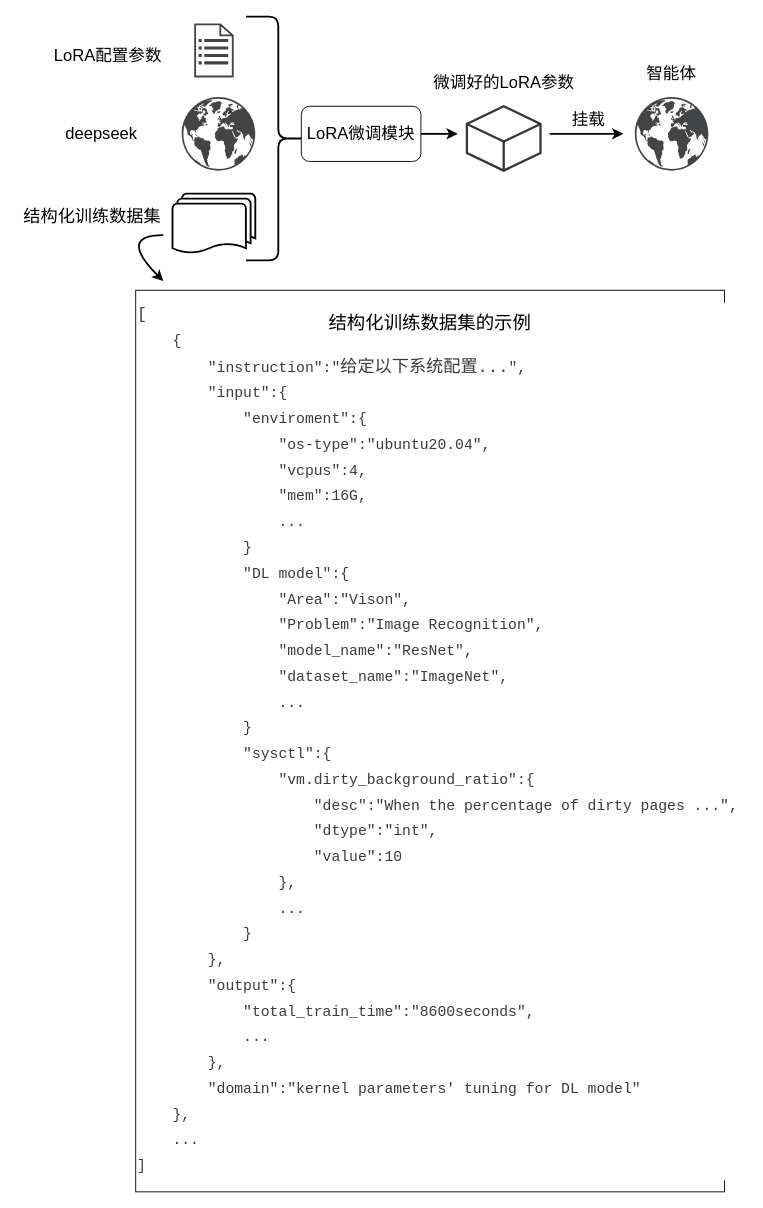
Earlier version of the draw.io diagram page "第 4 页" (4 of 7) of Agent-1.drawio (Dong-J93/_pictures). Source tidied: cells renumbered, new cells numbered last; positions are measured from the earlier drawing's top-left corner, leaving out a move shared by most shapes. Both pictures are drawn from the tidied source at 92%, with x=0, y=0 at pixel (16, 16).
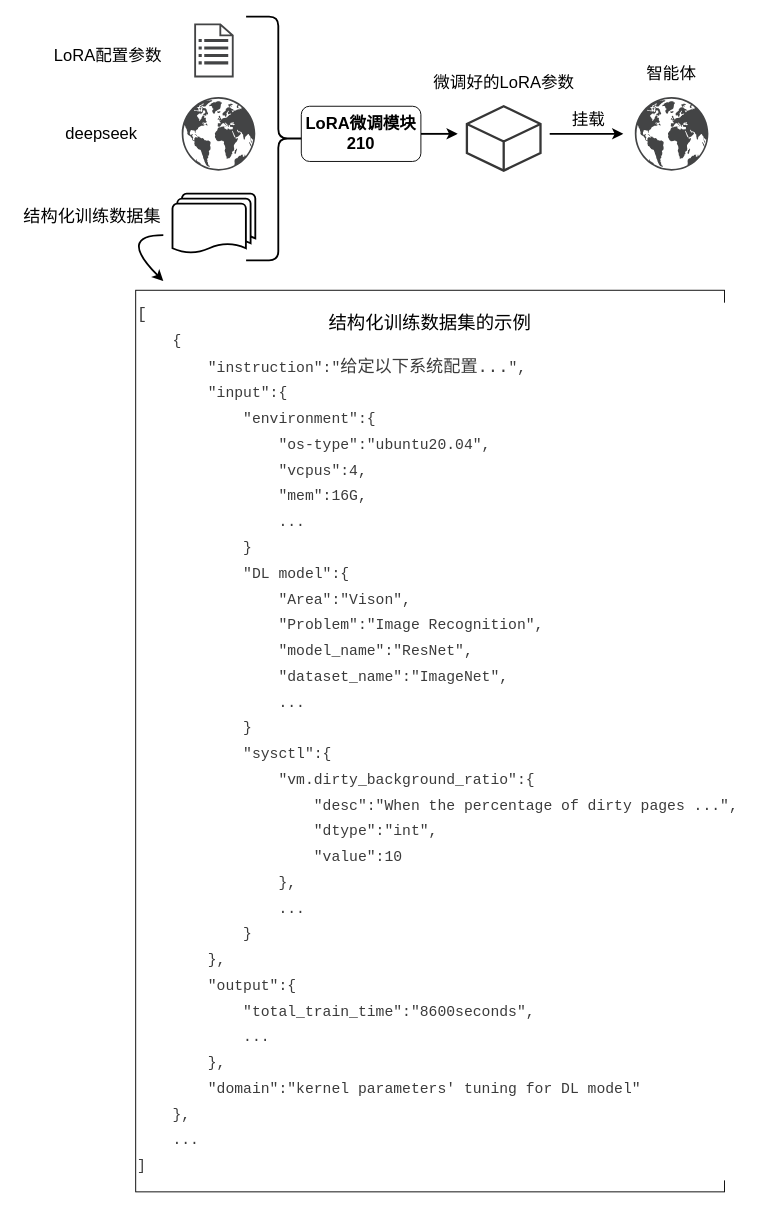
Above is the later version.

The edit, as a diff of the source:
```diff
@@
-    <mxCell id="4" value="&lt;div style=&quot;color: rgb(59, 59, 59); background-color: rgb(255, 255, 255); line-height: 27px; white-space: pre;&quot;&gt;&lt;div style=&quot;&quot;&gt;&lt;div style=&quot;font-family: Consolas, &amp;quot;Courier New&amp;quot;, monospace; line-height: 27px;&quot;&gt;&lt;div style=&quot;&quot;&gt;&lt;font style=&quot;font-size: 18px;&quot;&gt;[&lt;/font&gt;&lt;/div&gt;&lt;div style=&quot;&quot;&gt;&lt;font size=&quot;3&quot;&gt;&amp;nbsp; &amp;nbsp; {&lt;/font&gt;&lt;/div&gt;&lt;div style=&quot;&quot;&gt;&lt;font size=&quot;3&quot;&gt;&amp;nbsp; &amp;nbsp; &amp;nbsp; &amp;nbsp; &quot;instruction&quot;:&quot;&lt;/font&gt;&lt;span style=&quot;font-size:14.0pt;mso-bidi-font-size:12.0pt;&lt;br/&gt;font-family:&amp;quot;Adobe 仿宋 Std R&amp;quot;,serif;mso-bidi-font-family:&amp;quot;Times New Roman&amp;quot;;&lt;br/&gt;mso-font-kerning:1.0pt;mso-ansi-language:EN-US;mso-fareast-language:ZH-CN;&lt;br/&gt;mso-bidi-language:AR-SA&quot;&gt;给定以下系统配置...&lt;/span&gt;&lt;font size=&quot;3&quot;&gt;&quot;,&lt;/font&gt;&lt;/div&gt;&lt;div style=&quot;&quot;&gt;&lt;font size=&quot;3&quot;&gt;&amp;nbsp; &amp;nbsp; &amp;nbsp; &amp;nbsp; &quot;input&quot;:{&lt;/font&gt;&lt;/div&gt;&lt;div style=&quot;&quot;&gt;&lt;font size=&quot;3&quot;&gt;&amp;nbsp; &amp;nbsp; &amp;nbsp; &amp;nbsp; &amp;nbsp; &amp;nbsp; &quot;enviroment&quot;:{&lt;/font&gt;&lt;/div&gt;&lt;div style=&quot;&quot;&gt;&lt;font size=&quot;3&quot;&gt;&amp;nbsp; &amp;nbsp; &amp;nbsp; &amp;nbsp; &amp;nbsp; &amp;nbsp; &amp;nbsp; &amp;nbsp; &quot;os-type&quot;:&quot;ubuntu20.04&quot;,&lt;/font&gt;&lt;/div&gt;&lt;div style=&quot;&quot;&gt;&lt;font size=&quot;3&quot;&gt;&amp;nbsp; &amp;nbsp; &amp;nbsp; &amp;nbsp; &amp;nbsp; &amp;nbsp; &amp;nbsp; &amp;nbsp; &quot;vcpus&quot;:4,&lt;/font&gt;&lt;/div&gt;&lt;div style=&quot;&quot;&gt;&lt;font size=&quot;3&quot;&gt;&amp;nbsp; &amp;nbsp; &amp;nbsp; &amp;nbsp; &amp;nbsp; &amp;nbsp; &amp;nbsp; &amp;nbsp; &quot;mem&quot;:16G,&lt;/font&gt;&lt;/div&gt;&lt;div style=&quot;&quot;&gt;&lt;font size=&quot;3&quot;&gt;&amp;nbsp; &amp;nbsp; &amp;nbsp; &amp;nbsp; &amp;nbsp; &amp;nbsp; &amp;nbsp; &amp;nbsp; ...&lt;/font&gt;&lt;/div&gt;&lt;div style=&quot;&quot;&gt;&lt;font size=&quot;3&quot;&gt;&amp;nbsp; &amp;nbsp; &amp;nbsp; &amp;nbsp; &amp;nbsp; &amp;nbsp; }&lt;/font&gt;&lt;/div&gt;&lt;div style=&quot;&quot;&gt;&lt;font size=&quot;3&quot;&gt;&amp;nbsp; &amp;nbsp; &amp;nbsp; &amp;nbsp; &amp;nbsp; &amp;nbsp; &quot;DL model&quot;:{&lt;/font&gt;&lt;/div&gt;&lt;div style=&quot;&quot;&gt;&lt;font size=&quot;3&quot;&gt;&amp;nbsp; &amp;nbsp; &amp;nbsp; &amp;nbsp; &amp;nbsp; &amp;nbsp; &amp;nbsp; &amp;nbsp; &quot;Area&quot;:&quot;Vison&quot;,&lt;/font&gt;&lt;/div&gt;&lt;div style=&quot;&quot;&gt;&lt;font size=&quot;3&quot;&gt;&amp;nbsp; &amp;nbsp; &amp;nbsp; &amp;nbsp; &amp;nbsp; &amp;nbsp; &amp;nbsp; &amp;nbsp; &quot;Problem&quot;:&quot;Image Recognition&quot;,&lt;/font&gt;&lt;/div&gt;&lt;div style=&quot;&quot;&gt;&lt;font size=&quot;3&quot;&gt;&amp;nbsp; &amp;nbsp; &amp;nbsp; &amp;nbsp; &amp;nbsp; &amp;nbsp; &amp;nbsp; &amp;nbsp; &quot;model_name&quot;:&quot;ResNet&quot;,&lt;/font&gt;&lt;/div&gt;&lt;div style=&quot;&quot;&gt;&lt;font size=&quot;3&quot;&gt;&amp;nbsp; &amp;nbsp; &amp;nbsp; &amp;nbsp; &amp;nbsp; &amp;nbsp; &amp;nbsp; &amp;nbsp; &quot;dataset_name&quot;:&quot;ImageNet&quot;,&lt;/font&gt;&lt;/div&gt;&lt;div style=&quot;&quot;&gt;&lt;font size=&quot;3&quot;&gt;&amp;nbsp; &amp;nbsp; &amp;nbsp; &amp;nbsp; &amp;nbsp; &amp;nbsp; &amp;nbsp; &amp;nbsp; ...&lt;/font&gt;&lt;/div&gt;&lt;div style=&quot;&quot;&gt;&lt;font size=&quot;3&quot;&gt;&amp;nbsp; &amp;nbsp; &amp;nbsp; &amp;nbsp; &amp;nbsp; &amp;nbsp; }&lt;/font&gt;&lt;/div&gt;&lt;div style=&quot;&quot;&gt;&lt;font size=&quot;3&quot;&gt;&amp;nbsp; &amp;nbsp; &amp;nbsp; &amp;nbsp; &amp;nbsp; &amp;nbsp; &quot;sysctl&quot;:{&lt;/font&gt;&lt;/div&gt;&lt;div style=&quot;&quot;&gt;&lt;font size=&quot;3&quot;&gt;&amp;nbsp; &amp;nbsp; &amp;nbsp; &amp;nbsp; &amp;nbsp; &amp;nbsp; &amp;nbsp; &amp;nbsp; &quot;vm.dirty_background_ratio&quot;:{&lt;/font&gt;&lt;/div&gt;&lt;div style=&quot;&quot;&gt;&lt;font size=&quot;3&quot;&gt;&amp;nbsp; &amp;nbsp; &amp;nbsp; &amp;nbsp; &amp;nbsp; &amp;nbsp; &amp;nbsp; &amp;nbsp; &amp;nbsp; &amp;nbsp; &quot;desc&quot;:&quot;When the percentage of dirty pages ...&quot;,&lt;/font&gt;&lt;/div&gt;&lt;div style=&quot;&quot;&gt;&lt;font size=&quot;3&quot;&gt;&amp;nbsp; &amp;nbsp; &amp;nbsp; &amp;nbsp; &amp;nbsp; &amp;nbsp; &amp;nbsp; &amp;nbsp; &amp;nbsp; &amp;nbsp; &quot;dtype&quot;:&quot;int&quot;,&lt;/font&gt;&lt;/div&gt;&lt;div style=&quot;&quot;&gt;&lt;font size=&quot;3&quot;&gt;&amp;nbsp; &amp;nbsp; &amp;nbsp; &amp;nbsp; &amp;nbsp; &amp;nbsp; &amp;nbsp; &amp;nbsp; &amp;nbsp; &amp;nbsp; &quot;value&quot;:10&lt;/font&gt;&lt;/div&gt;&lt;div style=&quot;&quot;&gt;&lt;font size=&quot;3&quot;&gt;&amp;nbsp; &amp;nbsp; &amp;nbsp; &amp;nbsp; &amp;nbsp; &amp;nbsp; &amp;nbsp; &amp;nbsp; },&lt;/font&gt;&lt;/div&gt;&lt;div style=&quot;&quot;&gt;&lt;font size=&quot;3&quot;&gt;&amp;nbsp; &amp;nbsp; &amp;nbsp; &amp;nbsp; &amp;nbsp; &amp;nbsp; &amp;nbsp; &amp;nbsp; ...&lt;/font&gt;&lt;/div&gt;&lt;div style=&quot;&quot;&gt;&lt;font size=&quot;3&quot;&gt;&amp;nbsp; &amp;nbsp; &amp;nbsp; &amp;nbsp; &amp;nbsp; &amp;nbsp; }&lt;/font&gt;&lt;/div&gt;&lt;div style=&quot;&quot;&gt;&lt;font size=&quot;3&quot;&gt;&amp;nbsp; &amp;nbsp; &amp;nbsp; &amp;nbsp; },&lt;/font&gt;&lt;/div&gt;&lt;div style=&quot;&quot;&gt;&lt;font size=&quot;3&quot;&gt;&amp;nbsp; &amp;nbsp; &amp;nbsp; &amp;nbsp; &quot;output&quot;:{&lt;/font&gt;&lt;/div&gt;&lt;div style=&quot;&quot;&gt;&lt;font size=&quot;3&quot;&gt;&amp;nbsp; &amp;nbsp; &amp;nbsp; &amp;nbsp; &amp;nbsp; &amp;nbsp; &quot;total_train_time&quot;:&quot;8600seconds&quot;,&lt;/font&gt;&lt;/div&gt;&lt;div style=&quot;&quot;&gt;&lt;font size=&quot;3&quot;&gt;&amp;nbsp; &amp;nbsp; &amp;nbsp; &amp;nbsp; &amp;nbsp; &amp;nbsp; ...&lt;/font&gt;&lt;/div&gt;&lt;div style=&quot;&quot;&gt;&lt;font size=&quot;3&quot;&gt;&amp;nbsp; &amp;nbsp; &amp;nbsp; &amp;nbsp; },&lt;/font&gt;&lt;/div&gt;&lt;div style=&quot;&quot;&gt;&lt;font size=&quot;3&quot;&gt;&amp;nbsp; &amp;nbsp; &amp;nbsp; &amp;nbsp; &quot;domain&quot;:&quot;kernel parameters' tuning for DL model&quot;&lt;/font&gt;&lt;/div&gt;&lt;div style=&quot;&quot;&gt;&lt;font size=&quot;3&quot;&gt;&amp;nbsp; &amp;nbsp; },&lt;/font&gt;&lt;/div&gt;&lt;div style=&quot;&quot;&gt;&lt;font size=&quot;3&quot;&gt;&amp;nbsp; &amp;nbsp; ...&lt;/font&gt;&lt;/div&gt;&lt;div style=&quot;&quot;&gt;&lt;font size=&quot;3&quot;&gt;]&lt;/font&gt;&lt;/div&gt;&lt;/div&gt;&lt;/div&gt;&lt;/div&gt;" style="rounded=0;whiteSpace=wrap;html=1;align=left;" parent="1" vertex="1">
+    <mxCell id="4" value="&lt;div style=&quot;color: rgb(59, 59, 59); background-color: rgb(255, 255, 255); line-height: 27px; white-space: pre;&quot;&gt;&lt;div style=&quot;&quot;&gt;&lt;div style=&quot;font-family: Consolas, &amp;quot;Courier New&amp;quot;, monospace; line-height: 27px;&quot;&gt;&lt;div style=&quot;&quot;&gt;&lt;font style=&quot;font-size: 18px;&quot;&gt;[&lt;/font&gt;&lt;/div&gt;&lt;div style=&quot;&quot;&gt;&lt;font size=&quot;3&quot;&gt;&amp;nbsp; &amp;nbsp; {&lt;/font&gt;&lt;/div&gt;&lt;div style=&quot;&quot;&gt;&lt;font size=&quot;3&quot;&gt;&amp;nbsp; &amp;nbsp; &amp;nbsp; &amp;nbsp; &quot;instruction&quot;:&quot;&lt;/font&gt;&lt;span style=&quot;font-size:14.0pt;mso-bidi-font-size:12.0pt;&lt;br/&gt;font-family:&amp;quot;Adobe 仿宋 Std R&amp;quot;,serif;mso-bidi-font-family:&amp;quot;Times New Roman&amp;quot;;&lt;br/&gt;mso-font-kerning:1.0pt;mso-ansi-language:EN-US;mso-fareast-language:ZH-CN;&lt;br/&gt;mso-bidi-language:AR-SA&quot;&gt;给定以下系统配置...&lt;/span&gt;&lt;font size=&quot;3&quot;&gt;&quot;,&lt;/font&gt;&lt;/div&gt;&lt;div style=&quot;&quot;&gt;&lt;font size=&quot;3&quot;&gt;&amp;nbsp; &amp;nbsp; &amp;nbsp; &amp;nbsp; &quot;input&quot;:{&lt;/font&gt;&lt;/div&gt;&lt;div style=&quot;&quot;&gt;&lt;font size=&quot;3&quot;&gt;&amp;nbsp; &amp;nbsp; &amp;nbsp; &amp;nbsp; &amp;nbsp; &amp;nbsp; &quot;environment&quot;:{&lt;/font&gt;&lt;/div&gt;&lt;div style=&quot;&quot;&gt;&lt;font size=&quot;3&quot;&gt;&amp;nbsp; &amp;nbsp; &amp;nbsp; &amp;nbsp; &amp;nbsp; &amp;nbsp; &amp;nbsp; &amp;nbsp; &quot;os-type&quot;:&quot;ubuntu20.04&quot;,&lt;/font&gt;&lt;/div&gt;&lt;div style=&quot;&quot;&gt;&lt;font size=&quot;3&quot;&gt;&amp;nbsp; &amp;nbsp; &amp;nbsp; &amp;nbsp; &amp;nbsp; &amp;nbsp; &amp;nbsp; &amp;nbsp; &quot;vcpus&quot;:4,&lt;/font&gt;&lt;/div&gt;&lt;div style=&quot;&quot;&gt;&lt;font size=&quot;3&quot;&gt;&amp;nbsp; &amp;nbsp; &amp;nbsp; &amp;nbsp; &amp;nbsp; &amp;nbsp; &amp;nbsp; &amp;nbsp; &quot;mem&quot;:16G,&lt;/font&gt;&lt;/div&gt;&lt;div style=&quot;&quot;&gt;&lt;font size=&quot;3&quot;&gt;&amp;nbsp; &amp;nbsp; &amp;nbsp; &amp;nbsp; &amp;nbsp; &amp;nbsp; &amp;nbsp; &amp;nbsp; ...&lt;/font&gt;&lt;/div&gt;&lt;div style=&quot;&quot;&gt;&lt;font size=&quot;3&quot;&gt;&amp;nbsp; &amp;nbsp; &amp;nbsp; &amp;nbsp; &amp;nbsp; &amp;nbsp; }&lt;/font&gt;&lt;/div&gt;&lt;div style=&quot;&quot;&gt;&lt;font size=&quot;3&quot;&gt;&amp;nbsp; &amp;nbsp; &amp;nbsp; &amp;nbsp; &amp;nbsp; &amp;nbsp; &quot;DL model&quot;:{&lt;/font&gt;&lt;/div&gt;&lt;div style=&quot;&quot;&gt;&lt;font size=&quot;3&quot;&gt;&amp;nbsp; &amp;nbsp; &amp;nbsp; &amp;nbsp; &amp;nbsp; &amp;nbsp; &amp;nbsp; &amp;nbsp; &quot;Area&quot;:&quot;Vison&quot;,&lt;/font&gt;&lt;/div&gt;&lt;div style=&quot;&quot;&gt;&lt;font size=&quot;3&quot;&gt;&amp;nbsp; &amp;nbsp; &amp;nbsp; &amp;nbsp; &amp;nbsp; &amp;nbsp; &amp;nbsp; &amp;nbsp; &quot;Problem&quot;:&quot;Image Recognition&quot;,&lt;/font&gt;&lt;/div&gt;&lt;div style=&quot;&quot;&gt;&lt;font size=&quot;3&quot;&gt;&amp;nbsp; &amp;nbsp; &amp;nbsp; &amp;nbsp; &amp;nbsp; &amp;nbsp; &amp;nbsp; &amp;nbsp; &quot;model_name&quot;:&quot;ResNet&quot;,&lt;/font&gt;&lt;/div&gt;&lt;div style=&quot;&quot;&gt;&lt;font size=&quot;3&quot;&gt;&amp;nbsp; &amp;nbsp; &amp;nbsp; &amp;nbsp; &amp;nbsp; &amp;nbsp; &amp;nbsp; &amp;nbsp; &quot;dataset_name&quot;:&quot;ImageNet&quot;,&lt;/font&gt;&lt;/div&gt;&lt;div style=&quot;&quot;&gt;&lt;font size=&quot;3&quot;&gt;&amp;nbsp; &amp;nbsp; &amp;nbsp; &amp;nbsp; &amp;nbsp; &amp;nbsp; &amp;nbsp; &amp;nbsp; ...&lt;/font&gt;&lt;/div&gt;&lt;div style=&quot;&quot;&gt;&lt;font size=&quot;3&quot;&gt;&amp;nbsp; &amp;nbsp; &amp;nbsp; &amp;nbsp; &amp;nbsp; &amp;nbsp; }&lt;/font&gt;&lt;/div&gt;&lt;div style=&quot;&quot;&gt;&lt;font size=&quot;3&quot;&gt;&amp;nbsp; &amp;nbsp; &amp;nbsp; &amp;nbsp; &amp;nbsp; &amp;nbsp; &quot;sysctl&quot;:{&lt;/font&gt;&lt;/div&gt;&lt;div style=&quot;&quot;&gt;&lt;font size=&quot;3&quot;&gt;&amp;nbsp; &amp;nbsp; &amp;nbsp; &amp;nbsp; &amp;nbsp; &amp;nbsp; &amp;nbsp; &amp;nbsp; &quot;vm.dirty_background_ratio&quot;:{&lt;/font&gt;&lt;/div&gt;&lt;div style=&quot;&quot;&gt;&lt;font size=&quot;3&quot;&gt;&amp;nbsp; &amp;nbsp; &amp;nbsp; &amp;nbsp; &amp;nbsp; &amp;nbsp; &amp;nbsp; &amp;nbsp; &amp;nbsp; &amp;nbsp; &quot;desc&quot;:&quot;When the percentage of dirty pages ...&quot;,&lt;/font&gt;&lt;/div&gt;&lt;div style=&quot;&quot;&gt;&lt;font size=&quot;3&quot;&gt;&amp;nbsp; &amp;nbsp; &amp;nbsp; &amp;nbsp; &amp;nbsp; &amp;nbsp; &amp;nbsp; &amp;nbsp; &amp;nbsp; &amp;nbsp; &quot;dtype&quot;:&quot;int&quot;,&lt;/font&gt;&lt;/div&gt;&lt;div style=&quot;&quot;&gt;&lt;font size=&quot;3&quot;&gt;&amp;nbsp; &amp;nbsp; &amp;nbsp; &amp;nbsp; &amp;nbsp; &amp;nbsp; &amp;nbsp; &amp;nbsp; &amp;nbsp; &amp;nbsp; &quot;value&quot;:10&lt;/font&gt;&lt;/div&gt;&lt;div style=&quot;&quot;&gt;&lt;font size=&quot;3&quot;&gt;&amp;nbsp; &amp;nbsp; &amp;nbsp; &amp;nbsp; &amp;nbsp; &amp;nbsp; &amp;nbsp; &amp;nbsp; },&lt;/font&gt;&lt;/div&gt;&lt;div style=&quot;&quot;&gt;&lt;font size=&quot;3&quot;&gt;&amp;nbsp; &amp;nbsp; &amp;nbsp; &amp;nbsp; &amp;nbsp; &amp;nbsp; &amp;nbsp; &amp;nbsp; ...&lt;/font&gt;&lt;/div&gt;&lt;div style=&quot;&quot;&gt;&lt;font size=&quot;3&quot;&gt;&amp;nbsp; &amp;nbsp; &amp;nbsp; &amp;nbsp; &amp;nbsp; &amp;nbsp; }&lt;/font&gt;&lt;/div&gt;&lt;div style=&quot;&quot;&gt;&lt;font size=&quot;3&quot;&gt;&amp;nbsp; &amp;nbsp; &amp;nbsp; &amp;nbsp; },&lt;/font&gt;&lt;/div&gt;&lt;div style=&quot;&quot;&gt;&lt;font size=&quot;3&quot;&gt;&amp;nbsp; &amp;nbsp; &amp;nbsp; &amp;nbsp; &quot;output&quot;:{&lt;/font&gt;&lt;/div&gt;&lt;div style=&quot;&quot;&gt;&lt;font size=&quot;3&quot;&gt;&amp;nbsp; &amp;nbsp; &amp;nbsp; &amp;nbsp; &amp;nbsp; &amp;nbsp; &quot;total_train_time&quot;:&quot;8600seconds&quot;,&lt;/font&gt;&lt;/div&gt;&lt;div style=&quot;&quot;&gt;&lt;font size=&quot;3&quot;&gt;&amp;nbsp; &amp;nbsp; &amp;nbsp; &amp;nbsp; &amp;nbsp; &amp;nbsp; ...&lt;/font&gt;&lt;/div&gt;&lt;div style=&quot;&quot;&gt;&lt;font size=&quot;3&quot;&gt;&amp;nbsp; &amp;nbsp; &amp;nbsp; &amp;nbsp; },&lt;/font&gt;&lt;/div&gt;&lt;div style=&quot;&quot;&gt;&lt;font size=&quot;3&quot;&gt;&amp;nbsp; &amp;nbsp; &amp;nbsp; &amp;nbsp; &quot;domain&quot;:&quot;kernel parameters' tuning for DL model&quot;&lt;/font&gt;&lt;/div&gt;&lt;div style=&quot;&quot;&gt;&lt;font size=&quot;3&quot;&gt;&amp;nbsp; &amp;nbsp; },&lt;/font&gt;&lt;/div&gt;&lt;div style=&quot;&quot;&gt;&lt;font size=&quot;3&quot;&gt;&amp;nbsp; &amp;nbsp; ...&lt;/font&gt;&lt;/div&gt;&lt;div style=&quot;&quot;&gt;&lt;font size=&quot;3&quot;&gt;]&lt;/font&gt;&lt;/div&gt;&lt;/div&gt;&lt;/div&gt;&lt;/div&gt;" style="rounded=0;whiteSpace=wrap;html=1;align=left;" parent="1" vertex="1">
       <mxGeometry x="130" y="298" width="640" height="980" as="geometry" />
     </mxCell>
@@
-    <mxCell id="13" value="&lt;font style=&quot;font-size: 18px;&quot;&gt;LoRA微调模块&lt;/font&gt;" style="rounded=1;whiteSpace=wrap;html=1;" parent="1" vertex="1">
+    <mxCell id="13" value="&lt;font style=&quot;font-size: 18px;&quot;&gt;&lt;b&gt;LoRA微调模块&lt;/b&gt;&lt;/font&gt;&lt;div&gt;&lt;font style=&quot;font-size: 18px;&quot;&gt;&lt;b&gt;210&lt;/b&gt;&lt;/font&gt;&lt;/div&gt;" style="rounded=1;whiteSpace=wrap;html=1;" parent="1" vertex="1">
       <mxGeometry x="310" y="98" width="130" height="60" as="geometry" />
     </mxCell>
```
